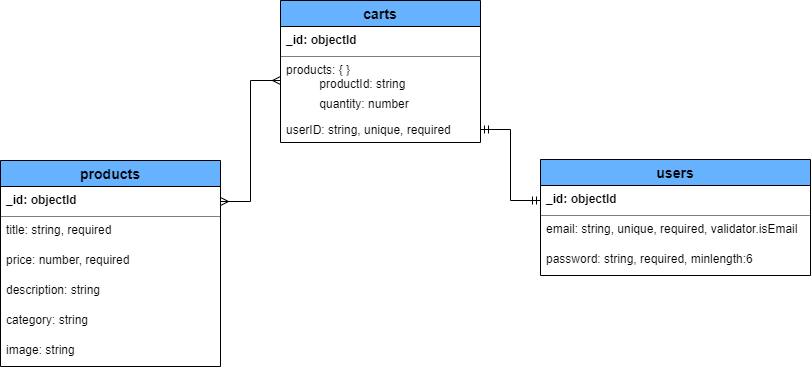
Earlier version of the draw.io export documents/04Tietokanta.png (ansakhar/internetshop). Source tidied: cells renumbered, new cells last; positions are measured from the earlier drawing's top-left corner, leaving out a move shared by most shapes. Source of this version:
```xml
<mxGraphModel>
  <root>
    <mxCell id="0" />
    <mxCell id="1" parent="0" />
    <mxCell id="2" value="users" style="swimlane;fontStyle=1;horizontal=1;startSize=26;align=center;fontSize=14;fillColor=#66B2FF;" parent="1" vertex="1">
      <mxGeometry x="540" y="159" width="270" height="116" as="geometry" />
    </mxCell>
    <mxCell id="3" value="_id: objectId" style="text;strokeColor=default;fillColor=none;spacingLeft=4;spacingRight=4;overflow=hidden;points=[[0,0.5],[1,0.5]];portConstraint=eastwest;fontSize=12;fontStyle=1;dashed=1;dashPattern=1 1;" parent="2" vertex="1">
      <mxGeometry y="26" width="270" height="30" as="geometry" />
    </mxCell>
    <mxCell id="4" value="email: string, unique, required, validator.isEmail" style="text;strokeColor=none;fillColor=none;spacingLeft=4;spacingRight=4;overflow=hidden;fontSize=12;" parent="2" vertex="1">
      <mxGeometry y="56" width="270" height="30" as="geometry" />
    </mxCell>
    <mxCell id="5" value="password: string, required, minlength:6" style="text;strokeColor=none;fillColor=none;spacingLeft=4;spacingRight=4;overflow=hidden;fontSize=12;dashed=1;dashPattern=1 1;" parent="2" vertex="1">
      <mxGeometry y="86" width="270" height="30" as="geometry" />
    </mxCell>
    <mxCell id="6" value="carts" style="swimlane;fontStyle=1;horizontal=1;startSize=26;align=center;fontSize=14;fillColor=#66B2FF;" parent="1" vertex="1">
      <mxGeometry x="280" width="200" height="142" as="geometry" />
    </mxCell>
    <mxCell id="7" value="_id: objectId" style="text;strokeColor=default;fillColor=none;spacingLeft=4;spacingRight=4;overflow=hidden;fontSize=12;fontStyle=1;dashed=1;dashPattern=1 1;" parent="6" vertex="1">
      <mxGeometry y="26" width="200" height="30" as="geometry" />
    </mxCell>
    <mxCell id="8" value="products: { }" style="text;strokeColor=none;fillColor=none;spacingLeft=4;spacingRight=4;overflow=hidden;fontSize=12;" parent="6" vertex="1">
      <mxGeometry y="56" width="200" height="14" as="geometry" />
    </mxCell>
    <mxCell id="9" value="          productId: string" style="text;strokeColor=none;fillColor=none;spacingLeft=4;spacingRight=4;overflow=hidden;points=[[0,0.5],[1,0.5]];portConstraint=eastwest;fontSize=12;dashed=1;dashPattern=1 1;" parent="6" vertex="1">
      <mxGeometry y="70" width="200" height="20" as="geometry" />
    </mxCell>
    <mxCell id="10" value="          quantity: number" style="text;strokeColor=none;fillColor=none;spacingLeft=4;spacingRight=4;overflow=hidden;fontSize=12;dashed=1;dashPattern=1 1;" parent="6" vertex="1">
      <mxGeometry y="90" width="200" height="26" as="geometry" />
    </mxCell>
    <mxCell id="11" value="userID: string, unique, required" style="text;strokeColor=none;fillColor=none;spacingLeft=4;spacingRight=4;overflow=hidden;points=[[0,0.5],[1,0.5]];portConstraint=eastwest;fontSize=12;dashed=1;dashPattern=1 1;" parent="6" vertex="1">
      <mxGeometry y="116" width="200" height="26" as="geometry" />
    </mxCell>
    <mxCell id="12" value="products" style="swimlane;fontStyle=1;horizontal=1;startSize=26;align=center;fontSize=14;fillColor=#66B2FF;" parent="1" vertex="1">
      <mxGeometry y="160" width="220" height="206" as="geometry" />
    </mxCell>
    <mxCell id="13" value="_id: objectId" style="text;strokeColor=default;fillColor=none;spacingLeft=4;spacingRight=4;overflow=hidden;points=[[0,0.5],[1,0.5]];portConstraint=eastwest;fontSize=12;fontStyle=1;dashed=1;dashPattern=1 1;" parent="12" vertex="1">
      <mxGeometry y="26" width="220" height="30" as="geometry" />
    </mxCell>
    <mxCell id="14" value="title: string, required" style="text;strokeColor=none;fillColor=none;spacingLeft=4;spacingRight=4;overflow=hidden;fontSize=12;" parent="12" vertex="1">
      <mxGeometry y="56" width="220" height="30" as="geometry" />
    </mxCell>
    <mxCell id="15" value="price: number, required" style="text;strokeColor=none;fillColor=none;spacingLeft=4;spacingRight=4;overflow=hidden;fontSize=12;dashed=1;dashPattern=1 1;" parent="12" vertex="1">
      <mxGeometry y="86" width="220" height="30" as="geometry" />
    </mxCell>
    <mxCell id="16" value="description: string" style="text;strokeColor=none;fillColor=none;spacingLeft=4;spacingRight=4;overflow=hidden;fontSize=12;dashed=1;dashPattern=1 1;" parent="12" vertex="1">
      <mxGeometry y="116" width="220" height="30" as="geometry" />
    </mxCell>
    <mxCell id="17" value="category: string" style="text;strokeColor=none;fillColor=none;spacingLeft=4;spacingRight=4;overflow=hidden;fontSize=12;dashed=1;dashPattern=1 1;" parent="12" vertex="1">
      <mxGeometry y="146" width="220" height="30" as="geometry" />
    </mxCell>
    <mxCell id="18" value="image: string" style="text;strokeColor=none;fillColor=none;spacingLeft=4;spacingRight=4;overflow=hidden;fontSize=12;dashed=1;dashPattern=1 1;" parent="12" vertex="1">
      <mxGeometry y="176" width="220" height="30" as="geometry" />
    </mxCell>
    <mxCell id="19" style="edgeStyle=entityRelationEdgeStyle;fontSize=12;html=1;endArrow=ERmany;startArrow=ERmany;rounded=0;exitX=1;exitY=0.5;exitDx=0;exitDy=0;entryX=0;entryY=0.5;entryDx=0;entryDy=0;" parent="1" edge="1" source="13" target="9">
      <mxGeometry relative="1" as="geometry" />
    </mxCell>
    <mxCell id="20" style="edgeStyle=entityRelationEdgeStyle;fontSize=12;html=1;endArrow=ERmandOne;startArrow=ERmandOne;rounded=0;entryX=1;entryY=0.5;entryDx=0;entryDy=0;exitX=0;exitY=0.5;exitDx=0;exitDy=0;" parent="1" edge="1" source="3" target="11">
      <mxGeometry relative="1" as="geometry" />
    </mxCell>
  </root>
</mxGraphModel>
```
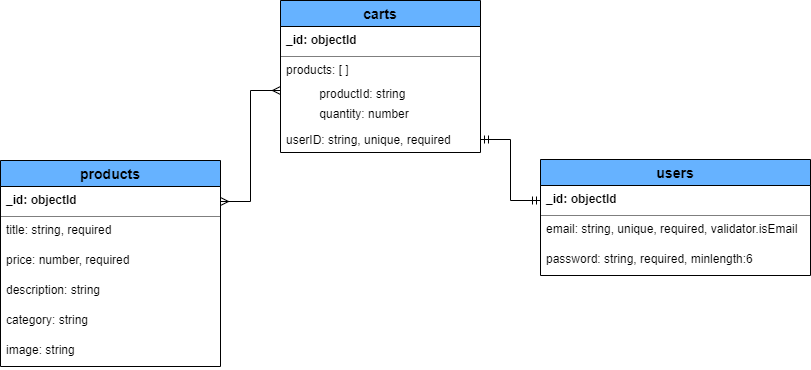
The same diagram one commit later.

Diff of the diagram source:
```diff
@@ -15,22 +15,22 @@
       <mxGeometry y="86" width="270" height="30" as="geometry" />
     </mxCell>
     <mxCell id="6" value="carts" style="swimlane;fontStyle=1;horizontal=1;startSize=26;align=center;fontSize=14;fillColor=#66B2FF;" parent="1" vertex="1">
-      <mxGeometry x="280" width="200" height="142" as="geometry" />
+      <mxGeometry x="280" width="200" height="152" as="geometry" />
     </mxCell>
     <mxCell id="7" value="_id: objectId" style="text;strokeColor=default;fillColor=none;spacingLeft=4;spacingRight=4;overflow=hidden;fontSize=12;fontStyle=1;dashed=1;dashPattern=1 1;" parent="6" vertex="1">
       <mxGeometry y="26" width="200" height="30" as="geometry" />
     </mxCell>
-    <mxCell id="8" value="products: { }" style="text;strokeColor=none;fillColor=none;spacingLeft=4;spacingRight=4;overflow=hidden;fontSize=12;" parent="6" vertex="1">
-      <mxGeometry y="56" width="200" height="14" as="geometry" />
+    <mxCell id="8" value="products: [ ]" style="text;strokeColor=none;fillColor=none;spacingLeft=4;spacingRight=4;overflow=hidden;fontSize=12;" parent="6" vertex="1">
+      <mxGeometry y="56" width="200" height="24" as="geometry" />
     </mxCell>
     <mxCell id="9" value="          productId: string" style="text;strokeColor=none;fillColor=none;spacingLeft=4;spacingRight=4;overflow=hidden;points=[[0,0.5],[1,0.5]];portConstraint=eastwest;fontSize=12;dashed=1;dashPattern=1 1;" parent="6" vertex="1">
-      <mxGeometry y="70" width="200" height="20" as="geometry" />
+      <mxGeometry y="80" width="200" height="20" as="geometry" />
     </mxCell>
     <mxCell id="10" value="          quantity: number" style="text;strokeColor=none;fillColor=none;spacingLeft=4;spacingRight=4;overflow=hidden;fontSize=12;dashed=1;dashPattern=1 1;" parent="6" vertex="1">
-      <mxGeometry y="90" width="200" height="26" as="geometry" />
+      <mxGeometry y="100" width="200" height="26" as="geometry" />
     </mxCell>
     <mxCell id="11" value="userID: string, unique, required" style="text;strokeColor=none;fillColor=none;spacingLeft=4;spacingRight=4;overflow=hidden;points=[[0,0.5],[1,0.5]];portConstraint=eastwest;fontSize=12;dashed=1;dashPattern=1 1;" parent="6" vertex="1">
-      <mxGeometry y="116" width="200" height="26" as="geometry" />
+      <mxGeometry y="126" width="200" height="26" as="geometry" />
     </mxCell>
     <mxCell id="12" value="products" style="swimlane;fontStyle=1;horizontal=1;startSize=26;align=center;fontSize=14;fillColor=#66B2FF;" parent="1" vertex="1">
       <mxGeometry y="160" width="220" height="206" as="geometry" />
```
